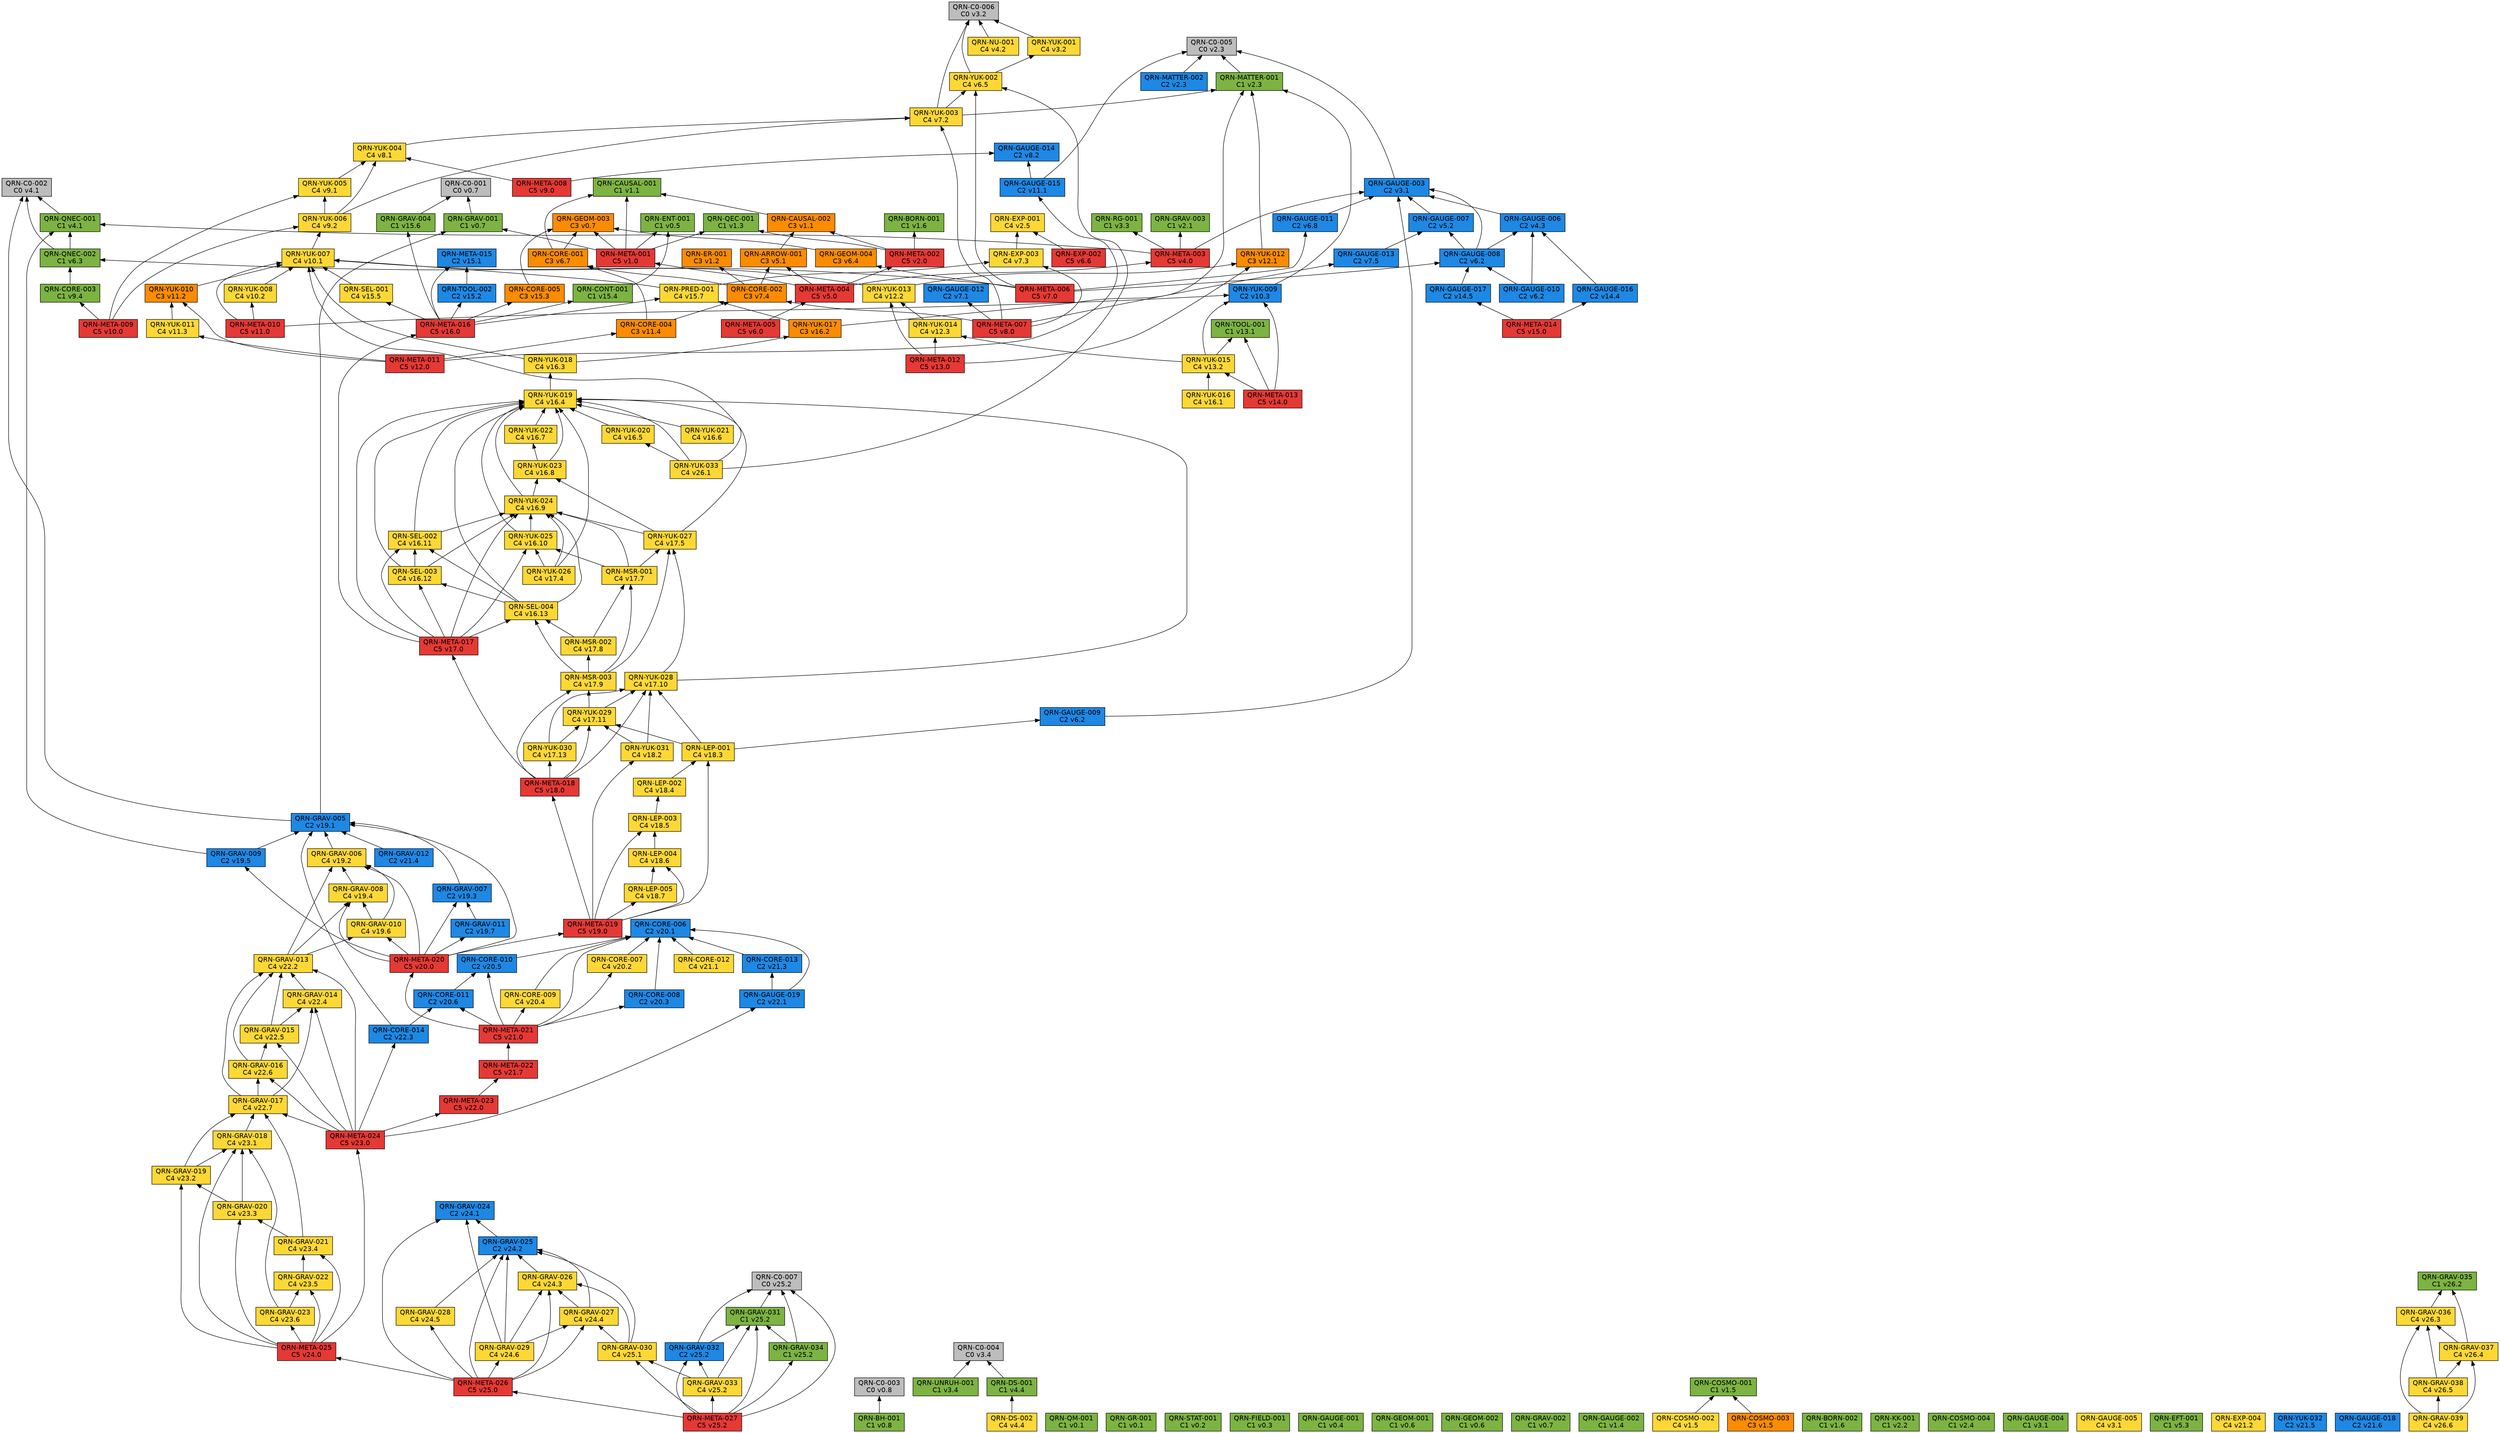
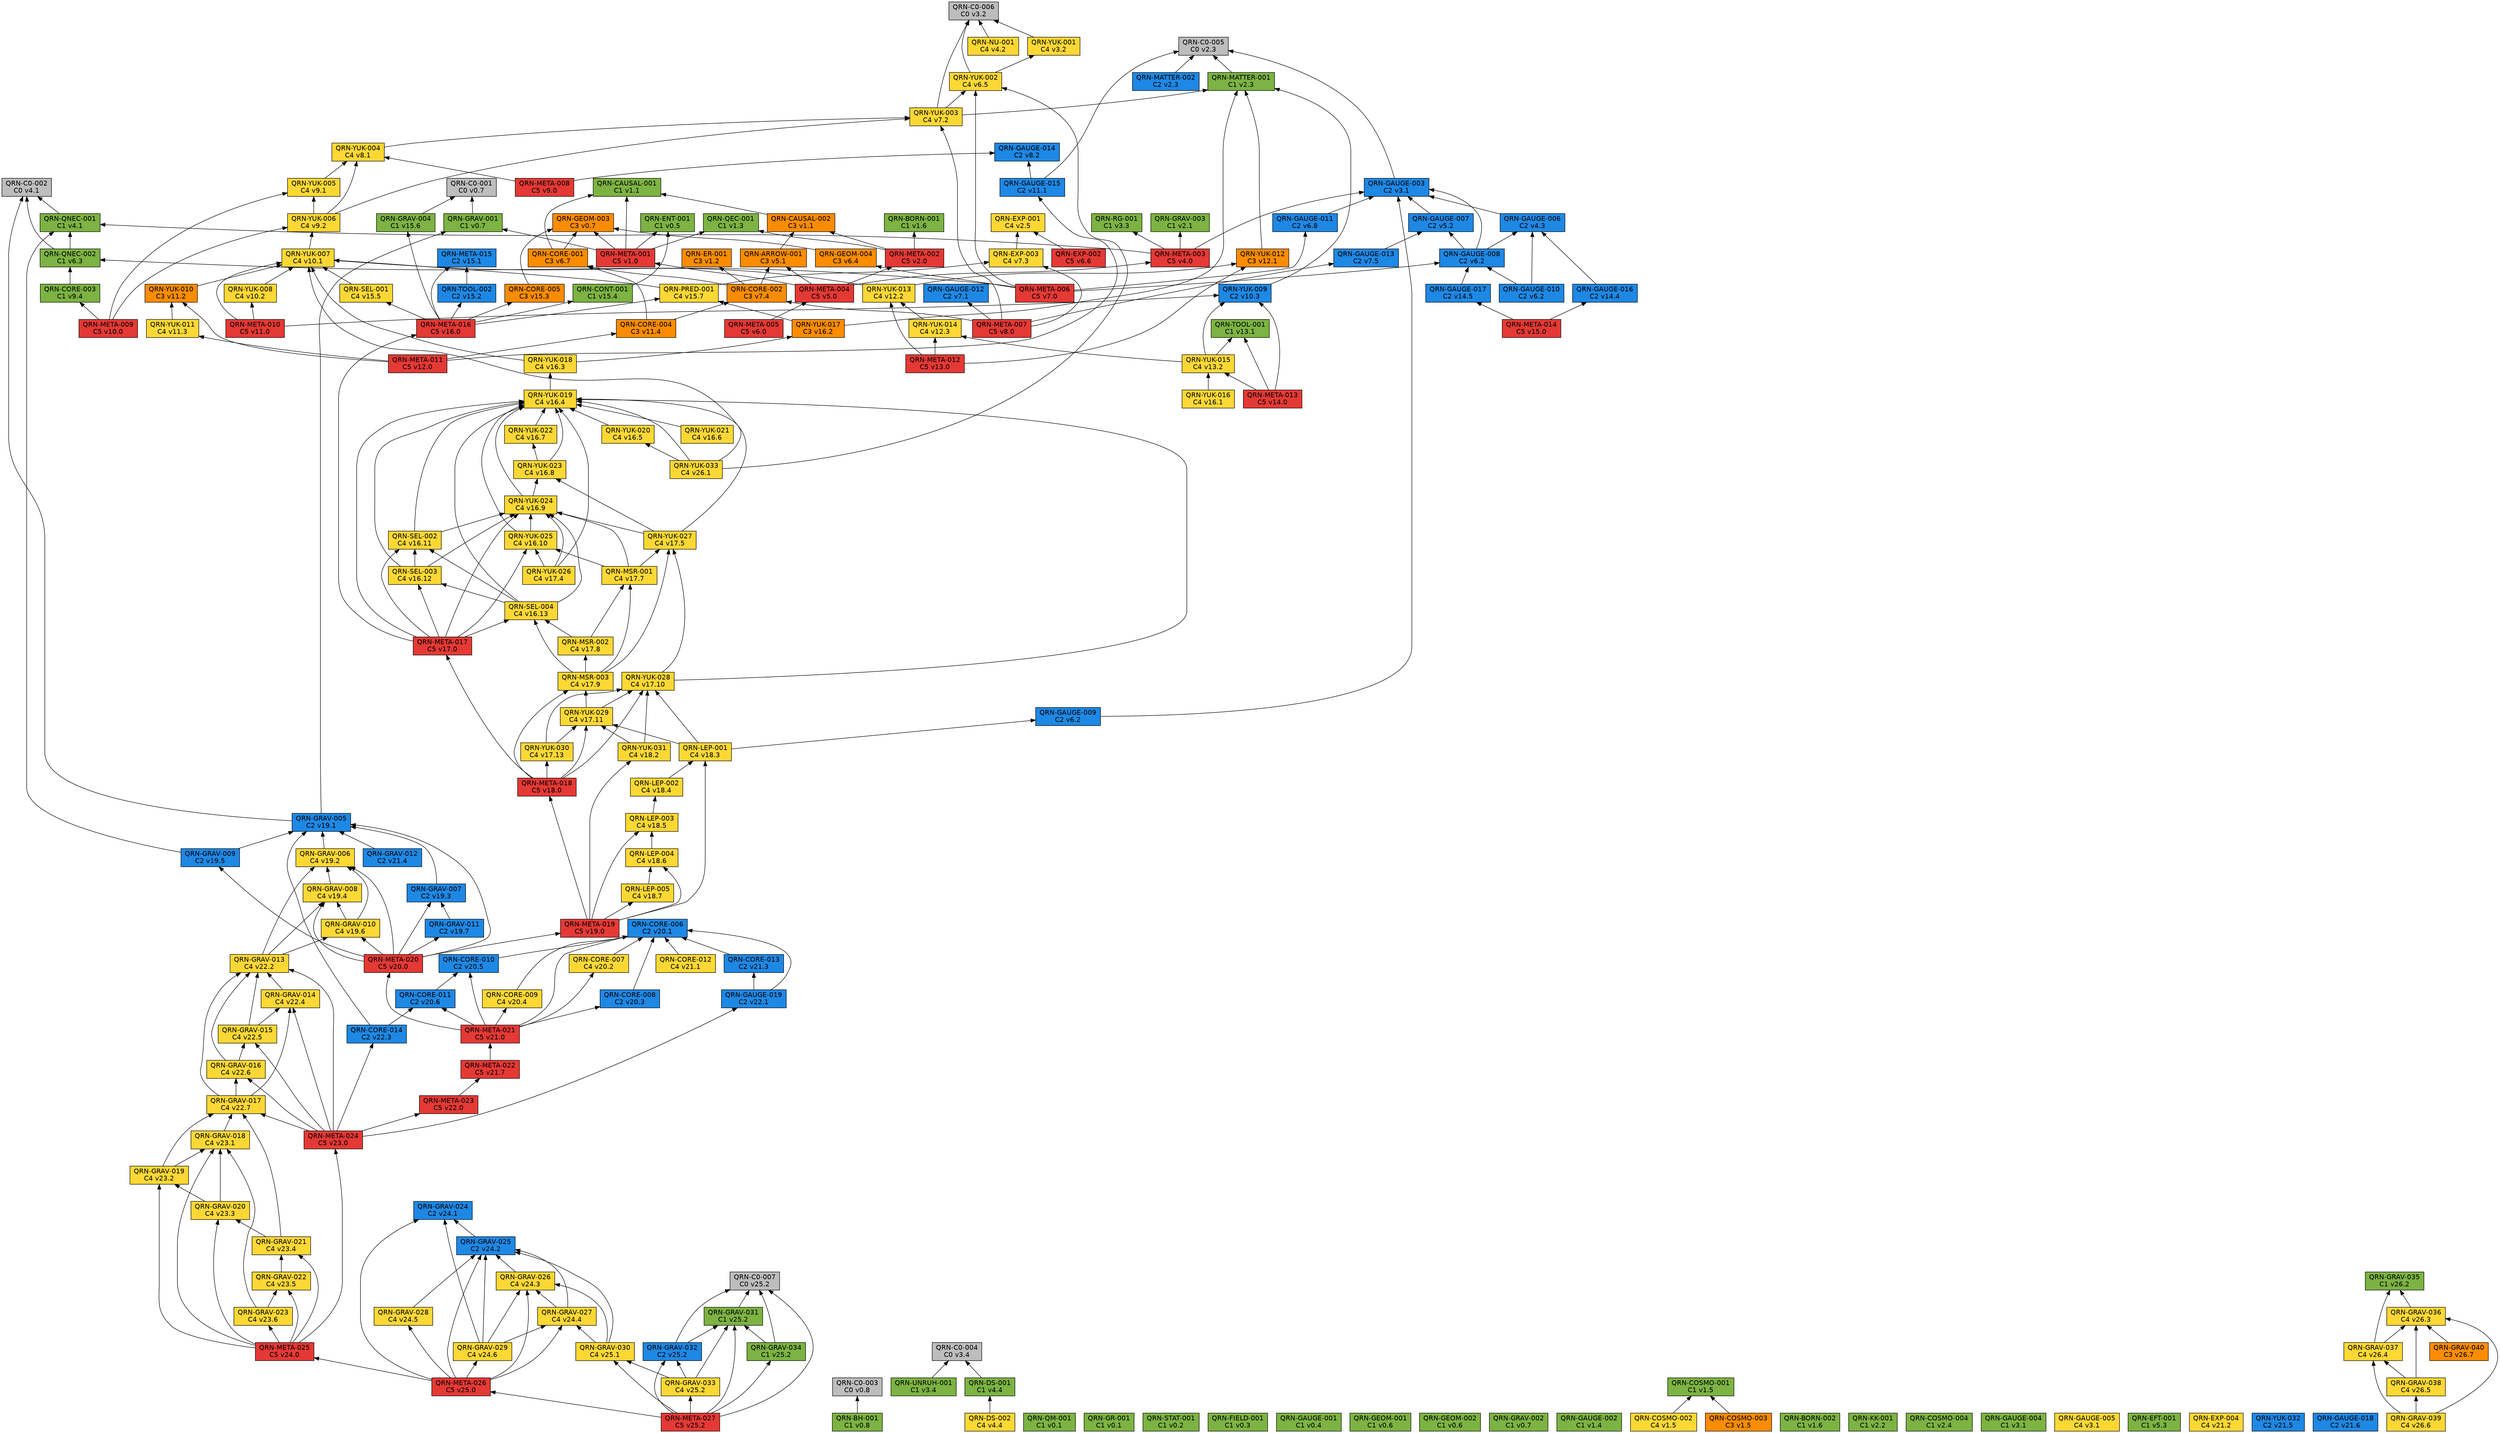
// 自動生成 (dag/report.pl) — QRN 主張依存グラフ
digraph qrn {
  rankdir=BT;
  node [shape=box, style=filled, fontname="Helvetica"];
  "QRN-C0-001" [fillcolor="#bdbdbd", label="QRN-C0-001\nC0 v0.7"];
  "QRN-C0-002" [fillcolor="#bdbdbd", label="QRN-C0-002\nC0 v4.1"];
  "QRN-C0-003" [fillcolor="#bdbdbd", label="QRN-C0-003\nC0 v0.8"];
  "QRN-C0-004" [fillcolor="#bdbdbd", label="QRN-C0-004\nC0 v3.4"];
  "QRN-C0-005" [fillcolor="#bdbdbd", label="QRN-C0-005\nC0 v2.3"];
  "QRN-C0-006" [fillcolor="#bdbdbd", label="QRN-C0-006\nC0 v3.2"];
  "QRN-QM-001" [fillcolor="#7cb342", label="QRN-QM-001\nC1 v0.1"];
  "QRN-GR-001" [fillcolor="#7cb342", label="QRN-GR-001\nC1 v0.1"];
  "QRN-STAT-001" [fillcolor="#7cb342", label="QRN-STAT-001\nC1 v0.2"];
  "QRN-FIELD-001" [fillcolor="#7cb342", label="QRN-FIELD-001\nC1 v0.3"];
  "QRN-GAUGE-001" [fillcolor="#7cb342", label="QRN-GAUGE-001\nC1 v0.4"];
  "QRN-ENT-001" [fillcolor="#7cb342", label="QRN-ENT-001\nC1 v0.5"];
  "QRN-GEOM-001" [fillcolor="#7cb342", label="QRN-GEOM-001\nC1 v0.6"];
  "QRN-GEOM-002" [fillcolor="#7cb342", label="QRN-GEOM-002\nC1 v0.6"];
  "QRN-GEOM-003" [fillcolor="#fb8c00", label="QRN-GEOM-003\nC3 v0.7"];
  "QRN-GRAV-001" [fillcolor="#7cb342", label="QRN-GRAV-001\nC1 v0.7"];
  "QRN-GRAV-002" [fillcolor="#7cb342", label="QRN-GRAV-002\nC1 v0.7"];
  "QRN-BH-001" [fillcolor="#7cb342", label="QRN-BH-001\nC1 v0.8"];
  "QRN-CAUSAL-001" [fillcolor="#7cb342", label="QRN-CAUSAL-001\nC1 v1.1"];
  "QRN-CAUSAL-002" [fillcolor="#fb8c00", label="QRN-CAUSAL-002\nC3 v1.1"];
  "QRN-ER-001" [fillcolor="#fb8c00", label="QRN-ER-001\nC3 v1.2"];
  "QRN-QEC-001" [fillcolor="#7cb342", label="QRN-QEC-001\nC1 v1.3"];
  "QRN-GAUGE-002" [fillcolor="#7cb342", label="QRN-GAUGE-002\nC1 v1.4"];
  "QRN-COSMO-001" [fillcolor="#7cb342", label="QRN-COSMO-001\nC1 v1.5"];
  "QRN-COSMO-002" [fillcolor="#fdd835", label="QRN-COSMO-002\nC4 v1.5"];
  "QRN-COSMO-003" [fillcolor="#fb8c00", label="QRN-COSMO-003\nC3 v1.5"];
  "QRN-BORN-001" [fillcolor="#7cb342", label="QRN-BORN-001\nC1 v1.6"];
  "QRN-BORN-002" [fillcolor="#7cb342", label="QRN-BORN-002\nC1 v1.6"];
  "QRN-GRAV-003" [fillcolor="#7cb342", label="QRN-GRAV-003\nC1 v2.1"];
  "QRN-KK-001" [fillcolor="#7cb342", label="QRN-KK-001\nC1 v2.2"];
  "QRN-MATTER-001" [fillcolor="#7cb342", label="QRN-MATTER-001\nC1 v2.3"];
  "QRN-MATTER-002" [fillcolor="#1e88e5", label="QRN-MATTER-002\nC2 v2.3"];
  "QRN-COSMO-004" [fillcolor="#7cb342", label="QRN-COSMO-004\nC1 v2.4"];
  "QRN-EXP-001" [fillcolor="#fdd835", label="QRN-EXP-001\nC4 v2.5"];
  "QRN-GAUGE-003" [fillcolor="#1e88e5", label="QRN-GAUGE-003\nC2 v3.1"];
  "QRN-GAUGE-004" [fillcolor="#7cb342", label="QRN-GAUGE-004\nC1 v3.1"];
  "QRN-GAUGE-005" [fillcolor="#fdd835", label="QRN-GAUGE-005\nC4 v3.1"];
  "QRN-YUK-001" [fillcolor="#fdd835", label="QRN-YUK-001\nC4 v3.2"];
  "QRN-RG-001" [fillcolor="#7cb342", label="QRN-RG-001\nC1 v3.3"];
  "QRN-UNRUH-001" [fillcolor="#7cb342", label="QRN-UNRUH-001\nC1 v3.4"];
  "QRN-QNEC-001" [fillcolor="#7cb342", label="QRN-QNEC-001\nC1 v4.1"];
  "QRN-NU-001" [fillcolor="#fdd835", label="QRN-NU-001\nC4 v4.2"];
  "QRN-GAUGE-006" [fillcolor="#1e88e5", label="QRN-GAUGE-006\nC2 v4.3"];
  "QRN-DS-001" [fillcolor="#7cb342", label="QRN-DS-001\nC1 v4.4"];
  "QRN-DS-002" [fillcolor="#fdd835", label="QRN-DS-002\nC4 v4.4"];
  "QRN-ARROW-001" [fillcolor="#fb8c00", label="QRN-ARROW-001\nC3 v5.1"];
  "QRN-GAUGE-007" [fillcolor="#1e88e5", label="QRN-GAUGE-007\nC2 v5.2"];
  "QRN-EFT-001" [fillcolor="#7cb342", label="QRN-EFT-001\nC1 v5.3"];
  "QRN-GAUGE-008" [fillcolor="#1e88e5", label="QRN-GAUGE-008\nC2 v6.2"];
  "QRN-GAUGE-009" [fillcolor="#1e88e5", label="QRN-GAUGE-009\nC2 v6.2"];
  "QRN-GAUGE-010" [fillcolor="#1e88e5", label="QRN-GAUGE-010\nC2 v6.2"];
  "QRN-QNEC-002" [fillcolor="#7cb342", label="QRN-QNEC-002\nC1 v6.3"];
  "QRN-GEOM-004" [fillcolor="#fb8c00", label="QRN-GEOM-004\nC3 v6.4"];
  "QRN-YUK-002" [fillcolor="#fdd835", label="QRN-YUK-002\nC4 v6.5"];
  "QRN-EXP-002" [fillcolor="#e53935", label="QRN-EXP-002\nC5 v6.6"];
  "QRN-CORE-001" [fillcolor="#fb8c00", label="QRN-CORE-001\nC3 v6.7"];
  "QRN-GAUGE-011" [fillcolor="#1e88e5", label="QRN-GAUGE-011\nC2 v6.8"];
  "QRN-GAUGE-012" [fillcolor="#1e88e5", label="QRN-GAUGE-012\nC2 v7.1"];
  "QRN-YUK-003" [fillcolor="#fdd835", label="QRN-YUK-003\nC4 v7.2"];
  "QRN-EXP-003" [fillcolor="#fdd835", label="QRN-EXP-003\nC4 v7.3"];
  "QRN-CORE-002" [fillcolor="#fb8c00", label="QRN-CORE-002\nC3 v7.4"];
  "QRN-GAUGE-013" [fillcolor="#1e88e5", label="QRN-GAUGE-013\nC2 v7.5"];
  "QRN-YUK-004" [fillcolor="#fdd835", label="QRN-YUK-004\nC4 v8.1"];
  "QRN-GAUGE-014" [fillcolor="#1e88e5", label="QRN-GAUGE-014\nC2 v8.2"];
  "QRN-META-001" [fillcolor="#e53935", label="QRN-META-001\nC5 v1.0"];
  "QRN-META-002" [fillcolor="#e53935", label="QRN-META-002\nC5 v2.0"];
  "QRN-META-003" [fillcolor="#e53935", label="QRN-META-003\nC5 v4.0"];
  "QRN-META-004" [fillcolor="#e53935", label="QRN-META-004\nC5 v5.0"];
  "QRN-META-005" [fillcolor="#e53935", label="QRN-META-005\nC5 v6.0"];
  "QRN-META-006" [fillcolor="#e53935", label="QRN-META-006\nC5 v7.0"];
  "QRN-META-007" [fillcolor="#e53935", label="QRN-META-007\nC5 v8.0"];
  "QRN-META-008" [fillcolor="#e53935", label="QRN-META-008\nC5 v9.0"];
  "QRN-YUK-005" [fillcolor="#fdd835", label="QRN-YUK-005\nC4 v9.1"];
  "QRN-YUK-006" [fillcolor="#fdd835", label="QRN-YUK-006\nC4 v9.2"];
  "QRN-CORE-003" [fillcolor="#7cb342", label="QRN-CORE-003\nC1 v9.4"];
  "QRN-META-009" [fillcolor="#e53935", label="QRN-META-009\nC5 v10.0"];
  "QRN-YUK-007" [fillcolor="#fdd835", label="QRN-YUK-007\nC4 v10.1"];
  "QRN-YUK-008" [fillcolor="#fdd835", label="QRN-YUK-008\nC4 v10.2"];
  "QRN-YUK-009" [fillcolor="#1e88e5", label="QRN-YUK-009\nC2 v10.3"];
  "QRN-META-010" [fillcolor="#e53935", label="QRN-META-010\nC5 v11.0"];
  "QRN-GAUGE-015" [fillcolor="#1e88e5", label="QRN-GAUGE-015\nC2 v11.1"];
  "QRN-YUK-010" [fillcolor="#fb8c00", label="QRN-YUK-010\nC3 v11.2"];
  "QRN-YUK-011" [fillcolor="#fdd835", label="QRN-YUK-011\nC4 v11.3"];
  "QRN-CORE-004" [fillcolor="#fb8c00", label="QRN-CORE-004\nC3 v11.4"];
  "QRN-META-011" [fillcolor="#e53935", label="QRN-META-011\nC5 v12.0"];
  "QRN-YUK-012" [fillcolor="#fb8c00", label="QRN-YUK-012\nC3 v12.1"];
  "QRN-YUK-013" [fillcolor="#fdd835", label="QRN-YUK-013\nC4 v12.2"];
  "QRN-YUK-014" [fillcolor="#fdd835", label="QRN-YUK-014\nC4 v12.3"];
  "QRN-META-012" [fillcolor="#e53935", label="QRN-META-012\nC5 v13.0"];
  "QRN-TOOL-001" [fillcolor="#7cb342", label="QRN-TOOL-001\nC1 v13.1"];
  "QRN-YUK-015" [fillcolor="#fdd835", label="QRN-YUK-015\nC4 v13.2"];
  "QRN-META-013" [fillcolor="#e53935", label="QRN-META-013\nC5 v14.0"];
  "QRN-GAUGE-016" [fillcolor="#1e88e5", label="QRN-GAUGE-016\nC2 v14.4"];
  "QRN-GAUGE-017" [fillcolor="#1e88e5", label="QRN-GAUGE-017\nC2 v14.5"];
  "QRN-META-014" [fillcolor="#e53935", label="QRN-META-014\nC5 v15.0"];
  "QRN-META-015" [fillcolor="#1e88e5", label="QRN-META-015\nC2 v15.1"];
  "QRN-TOOL-002" [fillcolor="#1e88e5", label="QRN-TOOL-002\nC2 v15.2"];
  "QRN-CORE-005" [fillcolor="#fb8c00", label="QRN-CORE-005\nC3 v15.3"];
  "QRN-CONT-001" [fillcolor="#7cb342", label="QRN-CONT-001\nC1 v15.4"];
  "QRN-SEL-001" [fillcolor="#fdd835", label="QRN-SEL-001\nC4 v15.5"];
  "QRN-GRAV-004" [fillcolor="#7cb342", label="QRN-GRAV-004\nC1 v15.6"];
  "QRN-PRED-001" [fillcolor="#fdd835", label="QRN-PRED-001\nC4 v15.7"];
  "QRN-META-016" [fillcolor="#e53935", label="QRN-META-016\nC5 v16.0"];
  "QRN-YUK-016" [fillcolor="#fdd835", label="QRN-YUK-016\nC4 v16.1"];
  "QRN-YUK-017" [fillcolor="#fb8c00", label="QRN-YUK-017\nC3 v16.2"];
  "QRN-YUK-018" [fillcolor="#fdd835", label="QRN-YUK-018\nC4 v16.3"];
  "QRN-YUK-019" [fillcolor="#fdd835", label="QRN-YUK-019\nC4 v16.4"];
  "QRN-YUK-020" [fillcolor="#fdd835", label="QRN-YUK-020\nC4 v16.5"];
  "QRN-YUK-021" [fillcolor="#fdd835", label="QRN-YUK-021\nC4 v16.6"];
  "QRN-YUK-022" [fillcolor="#fdd835", label="QRN-YUK-022\nC4 v16.7"];
  "QRN-YUK-023" [fillcolor="#fdd835", label="QRN-YUK-023\nC4 v16.8"];
  "QRN-YUK-024" [fillcolor="#fdd835", label="QRN-YUK-024\nC4 v16.9"];
  "QRN-YUK-025" [fillcolor="#fdd835", label="QRN-YUK-025\nC4 v16.10"];
  "QRN-SEL-002" [fillcolor="#fdd835", label="QRN-SEL-002\nC4 v16.11"];
  "QRN-SEL-003" [fillcolor="#fdd835", label="QRN-SEL-003\nC4 v16.12"];
  "QRN-SEL-004" [fillcolor="#fdd835", label="QRN-SEL-004\nC4 v16.13"];
  "QRN-META-017" [fillcolor="#e53935", label="QRN-META-017\nC5 v17.0"];
  "QRN-YUK-026" [fillcolor="#fdd835", label="QRN-YUK-026\nC4 v17.4"];
  "QRN-YUK-027" [fillcolor="#fdd835", label="QRN-YUK-027\nC4 v17.5"];
  "QRN-MSR-001" [fillcolor="#fdd835", label="QRN-MSR-001\nC4 v17.7"];
  "QRN-MSR-002" [fillcolor="#fdd835", label="QRN-MSR-002\nC4 v17.8"];
  "QRN-MSR-003" [fillcolor="#fdd835", label="QRN-MSR-003\nC4 v17.9"];
  "QRN-YUK-028" [fillcolor="#fdd835", label="QRN-YUK-028\nC4 v17.10"];
  "QRN-YUK-029" [fillcolor="#fdd835", label="QRN-YUK-029\nC4 v17.11"];
  "QRN-YUK-030" [fillcolor="#fdd835", label="QRN-YUK-030\nC4 v17.13"];
  "QRN-META-018" [fillcolor="#e53935", label="QRN-META-018\nC5 v18.0"];
  "QRN-YUK-031" [fillcolor="#fdd835", label="QRN-YUK-031\nC4 v18.2"];
  "QRN-LEP-001" [fillcolor="#fdd835", label="QRN-LEP-001\nC4 v18.3"];
  "QRN-LEP-002" [fillcolor="#fdd835", label="QRN-LEP-002\nC4 v18.4"];
  "QRN-LEP-003" [fillcolor="#fdd835", label="QRN-LEP-003\nC4 v18.5"];
  "QRN-LEP-004" [fillcolor="#fdd835", label="QRN-LEP-004\nC4 v18.6"];
  "QRN-LEP-005" [fillcolor="#fdd835", label="QRN-LEP-005\nC4 v18.7"];
  "QRN-META-019" [fillcolor="#e53935", label="QRN-META-019\nC5 v19.0"];
  "QRN-GRAV-005" [fillcolor="#1e88e5", label="QRN-GRAV-005\nC2 v19.1"];
  "QRN-GRAV-006" [fillcolor="#fdd835", label="QRN-GRAV-006\nC4 v19.2"];
  "QRN-GRAV-007" [fillcolor="#1e88e5", label="QRN-GRAV-007\nC2 v19.3"];
  "QRN-GRAV-008" [fillcolor="#fdd835", label="QRN-GRAV-008\nC4 v19.4"];
  "QRN-GRAV-009" [fillcolor="#1e88e5", label="QRN-GRAV-009\nC2 v19.5"];
  "QRN-GRAV-010" [fillcolor="#fdd835", label="QRN-GRAV-010\nC4 v19.6"];
  "QRN-GRAV-011" [fillcolor="#1e88e5", label="QRN-GRAV-011\nC2 v19.7"];
  "QRN-META-020" [fillcolor="#e53935", label="QRN-META-020\nC5 v20.0"];
  "QRN-CORE-006" [fillcolor="#1e88e5", label="QRN-CORE-006\nC2 v20.1"];
  "QRN-CORE-007" [fillcolor="#fdd835", label="QRN-CORE-007\nC4 v20.2"];
  "QRN-CORE-008" [fillcolor="#1e88e5", label="QRN-CORE-008\nC2 v20.3"];
  "QRN-CORE-009" [fillcolor="#fdd835", label="QRN-CORE-009\nC4 v20.4"];
  "QRN-CORE-010" [fillcolor="#1e88e5", label="QRN-CORE-010\nC2 v20.5"];
  "QRN-CORE-011" [fillcolor="#1e88e5", label="QRN-CORE-011\nC2 v20.6"];
  "QRN-META-021" [fillcolor="#e53935", label="QRN-META-021\nC5 v21.0"];
  "QRN-CORE-012" [fillcolor="#fdd835", label="QRN-CORE-012\nC4 v21.1"];
  "QRN-EXP-004" [fillcolor="#fdd835", label="QRN-EXP-004\nC4 v21.2"];
  "QRN-CORE-013" [fillcolor="#1e88e5", label="QRN-CORE-013\nC2 v21.3"];
  "QRN-GRAV-012" [fillcolor="#1e88e5", label="QRN-GRAV-012\nC2 v21.4"];
  "QRN-YUK-032" [fillcolor="#1e88e5", label="QRN-YUK-032\nC2 v21.5"];
  "QRN-GAUGE-018" [fillcolor="#1e88e5", label="QRN-GAUGE-018\nC2 v21.6"];
  "QRN-META-022" [fillcolor="#e53935", label="QRN-META-022\nC5 v21.7"];
  "QRN-META-023" [fillcolor="#e53935", label="QRN-META-023\nC5 v22.0"];
  "QRN-CORE-014" [fillcolor="#1e88e5", label="QRN-CORE-014\nC2 v22.3"];
  "QRN-GRAV-013" [fillcolor="#fdd835", label="QRN-GRAV-013\nC4 v22.2"];
  "QRN-GRAV-014" [fillcolor="#fdd835", label="QRN-GRAV-014\nC4 v22.4"];
  "QRN-GRAV-015" [fillcolor="#fdd835", label="QRN-GRAV-015\nC4 v22.5"];
  "QRN-GRAV-016" [fillcolor="#fdd835", label="QRN-GRAV-016\nC4 v22.6"];
  "QRN-GRAV-017" [fillcolor="#fdd835", label="QRN-GRAV-017\nC4 v22.7"];
  "QRN-GAUGE-019" [fillcolor="#1e88e5", label="QRN-GAUGE-019\nC2 v22.1"];
  "QRN-META-024" [fillcolor="#e53935", label="QRN-META-024\nC5 v23.0"];
  "QRN-GRAV-018" [fillcolor="#fdd835", label="QRN-GRAV-018\nC4 v23.1"];
  "QRN-GRAV-019" [fillcolor="#fdd835", label="QRN-GRAV-019\nC4 v23.2"];
  "QRN-GRAV-020" [fillcolor="#fdd835", label="QRN-GRAV-020\nC4 v23.3"];
  "QRN-GRAV-021" [fillcolor="#fdd835", label="QRN-GRAV-021\nC4 v23.4"];
  "QRN-GRAV-022" [fillcolor="#fdd835", label="QRN-GRAV-022\nC4 v23.5"];
  "QRN-GRAV-023" [fillcolor="#fdd835", label="QRN-GRAV-023\nC4 v23.6"];
  "QRN-META-025" [fillcolor="#e53935", label="QRN-META-025\nC5 v24.0"];
  "QRN-GRAV-024" [fillcolor="#1e88e5", label="QRN-GRAV-024\nC2 v24.1"];
  "QRN-GRAV-025" [fillcolor="#1e88e5", label="QRN-GRAV-025\nC2 v24.2"];
  "QRN-GRAV-026" [fillcolor="#fdd835", label="QRN-GRAV-026\nC4 v24.3"];
  "QRN-GRAV-027" [fillcolor="#fdd835", label="QRN-GRAV-027\nC4 v24.4"];
  "QRN-GRAV-028" [fillcolor="#fdd835", label="QRN-GRAV-028\nC4 v24.5"];
  "QRN-GRAV-029" [fillcolor="#fdd835", label="QRN-GRAV-029\nC4 v24.6"];
  "QRN-META-026" [fillcolor="#e53935", label="QRN-META-026\nC5 v25.0"];
  "QRN-GRAV-030" [fillcolor="#fdd835", label="QRN-GRAV-030\nC4 v25.1"];
  "QRN-C0-007" [fillcolor="#bdbdbd", label="QRN-C0-007\nC0 v25.2"];
  "QRN-GRAV-031" [fillcolor="#7cb342", label="QRN-GRAV-031\nC1 v25.2"];
  "QRN-GRAV-032" [fillcolor="#1e88e5", label="QRN-GRAV-032\nC2 v25.2"];
  "QRN-GRAV-033" [fillcolor="#fdd835", label="QRN-GRAV-033\nC4 v25.2"];
  "QRN-GRAV-034" [fillcolor="#7cb342", label="QRN-GRAV-034\nC1 v25.2"];
  "QRN-META-027" [fillcolor="#e53935", label="QRN-META-027\nC5 v25.2"];
  "QRN-YUK-033" [fillcolor="#fdd835", label="QRN-YUK-033\nC4 v26.1"];
  "QRN-GRAV-035" [fillcolor="#7cb342", label="QRN-GRAV-035\nC1 v26.2"];
  "QRN-GRAV-036" [fillcolor="#fdd835", label="QRN-GRAV-036\nC4 v26.3"];
  "QRN-GRAV-037" [fillcolor="#fdd835", label="QRN-GRAV-037\nC4 v26.4"];
  "QRN-GRAV-038" [fillcolor="#fdd835", label="QRN-GRAV-038\nC4 v26.5"];
  "QRN-GRAV-039" [fillcolor="#fdd835", label="QRN-GRAV-039\nC4 v26.6"];
+   "QRN-GRAV-040" [fillcolor="#fb8c00", label="QRN-GRAV-040\nC3 v26.7"];
  "QRN-GRAV-001" -> "QRN-C0-001";
  "QRN-BH-001" -> "QRN-C0-003";
  "QRN-CAUSAL-002" -> "QRN-CAUSAL-001";
  "QRN-COSMO-002" -> "QRN-COSMO-001";
  "QRN-COSMO-003" -> "QRN-COSMO-001";
  "QRN-MATTER-001" -> "QRN-C0-005";
  "QRN-MATTER-002" -> "QRN-C0-005";
  "QRN-GAUGE-003" -> "QRN-C0-005";
  "QRN-YUK-001" -> "QRN-C0-006";
  "QRN-UNRUH-001" -> "QRN-C0-004";
  "QRN-QNEC-001" -> "QRN-C0-002";
  "QRN-NU-001" -> "QRN-C0-006";
  "QRN-GAUGE-006" -> "QRN-GAUGE-003";
  "QRN-DS-001" -> "QRN-C0-004";
  "QRN-DS-002" -> "QRN-DS-001";
  "QRN-ARROW-001" -> "QRN-CAUSAL-002";
  "QRN-GAUGE-007" -> "QRN-GAUGE-003";
  "QRN-GAUGE-008" -> "QRN-GAUGE-003";
  "QRN-GAUGE-008" -> "QRN-GAUGE-006";
  "QRN-GAUGE-008" -> "QRN-GAUGE-007";
  "QRN-GAUGE-009" -> "QRN-GAUGE-003";
  "QRN-GAUGE-010" -> "QRN-GAUGE-006";
  "QRN-GAUGE-010" -> "QRN-GAUGE-008";
  "QRN-QNEC-002" -> "QRN-C0-002";
  "QRN-QNEC-002" -> "QRN-QNEC-001";
  "QRN-GEOM-004" -> "QRN-GEOM-003";
  "QRN-YUK-002" -> "QRN-C0-006";
  "QRN-YUK-002" -> "QRN-YUK-001";
  "QRN-EXP-002" -> "QRN-EXP-001";
  "QRN-CORE-001" -> "QRN-GEOM-003";
  "QRN-CORE-001" -> "QRN-CAUSAL-001";
  "QRN-GAUGE-011" -> "QRN-GAUGE-003";
  "QRN-YUK-003" -> "QRN-C0-006";
  "QRN-YUK-003" -> "QRN-MATTER-001";
  "QRN-YUK-003" -> "QRN-YUK-002";
  "QRN-EXP-003" -> "QRN-EXP-001";
  "QRN-CORE-002" -> "QRN-CORE-001";
  "QRN-CORE-002" -> "QRN-ER-001";
  "QRN-CORE-002" -> "QRN-ARROW-001";
  "QRN-GAUGE-013" -> "QRN-GAUGE-007";
  "QRN-YUK-004" -> "QRN-YUK-003";
  "QRN-META-001" -> "QRN-GEOM-003";
  "QRN-META-001" -> "QRN-GRAV-001";
  "QRN-META-001" -> "QRN-CAUSAL-001";
  "QRN-META-001" -> "QRN-QEC-001";
  "QRN-META-001" -> "QRN-ENT-001";
  "QRN-META-002" -> "QRN-QEC-001";
  "QRN-META-002" -> "QRN-BORN-001";
  "QRN-META-002" -> "QRN-CAUSAL-002";
  "QRN-META-003" -> "QRN-GAUGE-003";
  "QRN-META-003" -> "QRN-RG-001";
  "QRN-META-003" -> "QRN-QNEC-001";
  "QRN-META-003" -> "QRN-GRAV-003";
  "QRN-META-004" -> "QRN-META-001";
  "QRN-META-004" -> "QRN-META-002";
  "QRN-META-004" -> "QRN-META-003";
  "QRN-META-004" -> "QRN-ARROW-001";
  "QRN-META-005" -> "QRN-META-004";
  "QRN-META-006" -> "QRN-GAUGE-008";
  "QRN-META-006" -> "QRN-QNEC-002";
  "QRN-META-006" -> "QRN-GEOM-004";
  "QRN-META-006" -> "QRN-YUK-002";
  "QRN-META-006" -> "QRN-GAUGE-011";
  "QRN-META-007" -> "QRN-GAUGE-012";
  "QRN-META-007" -> "QRN-YUK-003";
  "QRN-META-007" -> "QRN-EXP-003";
  "QRN-META-007" -> "QRN-CORE-002";
  "QRN-META-007" -> "QRN-GAUGE-013";
  "QRN-META-008" -> "QRN-YUK-004";
  "QRN-META-008" -> "QRN-GAUGE-014";
  "QRN-YUK-005" -> "QRN-YUK-004";
  "QRN-YUK-006" -> "QRN-YUK-003";
  "QRN-YUK-006" -> "QRN-YUK-004";
  "QRN-YUK-006" -> "QRN-YUK-005";
  "QRN-CORE-003" -> "QRN-QNEC-002";
  "QRN-META-009" -> "QRN-YUK-005";
  "QRN-META-009" -> "QRN-YUK-006";
  "QRN-META-009" -> "QRN-CORE-003";
  "QRN-YUK-007" -> "QRN-YUK-006";
  "QRN-YUK-008" -> "QRN-YUK-007";
  "QRN-YUK-009" -> "QRN-MATTER-001";
  "QRN-META-010" -> "QRN-YUK-007";
  "QRN-META-010" -> "QRN-YUK-008";
  "QRN-META-010" -> "QRN-YUK-009";
  "QRN-GAUGE-015" -> "QRN-C0-005";
  "QRN-GAUGE-015" -> "QRN-GAUGE-014";
  "QRN-YUK-010" -> "QRN-YUK-007";
  "QRN-YUK-011" -> "QRN-YUK-010";
  "QRN-CORE-004" -> "QRN-CORE-001";
  "QRN-CORE-004" -> "QRN-CORE-002";
  "QRN-META-011" -> "QRN-GAUGE-015";
  "QRN-META-011" -> "QRN-YUK-010";
  "QRN-META-011" -> "QRN-YUK-011";
  "QRN-META-011" -> "QRN-CORE-004";
  "QRN-YUK-012" -> "QRN-MATTER-001";
  "QRN-YUK-013" -> "QRN-YUK-012";
  "QRN-YUK-013" -> "QRN-YUK-007";
  "QRN-YUK-014" -> "QRN-YUK-013";
  "QRN-META-012" -> "QRN-YUK-012";
  "QRN-META-012" -> "QRN-YUK-013";
  "QRN-META-012" -> "QRN-YUK-014";
  "QRN-YUK-015" -> "QRN-YUK-014";
  "QRN-YUK-015" -> "QRN-TOOL-001";
  "QRN-YUK-015" -> "QRN-YUK-009";
  "QRN-META-013" -> "QRN-YUK-015";
  "QRN-META-013" -> "QRN-TOOL-001";
  "QRN-META-013" -> "QRN-YUK-009";
  "QRN-GAUGE-016" -> "QRN-GAUGE-006";
  "QRN-GAUGE-017" -> "QRN-GAUGE-008";
  "QRN-META-014" -> "QRN-GAUGE-016";
  "QRN-META-014" -> "QRN-GAUGE-017";
  "QRN-TOOL-002" -> "QRN-META-015";
  "QRN-CORE-005" -> "QRN-GEOM-003";
  "QRN-CONT-001" -> "QRN-ENT-001";
  "QRN-SEL-001" -> "QRN-YUK-007";
  "QRN-GRAV-004" -> "QRN-C0-001";
  "QRN-PRED-001" -> "QRN-YUK-007";
  "QRN-PRED-001" -> "QRN-EXP-003";
  "QRN-META-016" -> "QRN-META-015";
  "QRN-META-016" -> "QRN-TOOL-002";
  "QRN-META-016" -> "QRN-CORE-005";
  "QRN-META-016" -> "QRN-CONT-001";
  "QRN-META-016" -> "QRN-SEL-001";
  "QRN-META-016" -> "QRN-GRAV-004";
  "QRN-META-016" -> "QRN-PRED-001";
  "QRN-YUK-016" -> "QRN-YUK-015";
  "QRN-YUK-017" -> "QRN-MATTER-001";
  "QRN-YUK-017" -> "QRN-PRED-001";
  "QRN-YUK-018" -> "QRN-YUK-017";
  "QRN-YUK-018" -> "QRN-YUK-007";
  "QRN-YUK-019" -> "QRN-YUK-018";
  "QRN-YUK-020" -> "QRN-YUK-019";
  "QRN-YUK-021" -> "QRN-YUK-019";
  "QRN-YUK-022" -> "QRN-YUK-019";
  "QRN-YUK-023" -> "QRN-YUK-019";
  "QRN-YUK-023" -> "QRN-YUK-022";
  "QRN-YUK-024" -> "QRN-YUK-019";
  "QRN-YUK-024" -> "QRN-YUK-023";
  "QRN-YUK-025" -> "QRN-YUK-019";
  "QRN-YUK-025" -> "QRN-YUK-024";
  "QRN-SEL-002" -> "QRN-YUK-019";
  "QRN-SEL-002" -> "QRN-YUK-024";
  "QRN-SEL-003" -> "QRN-YUK-019";
  "QRN-SEL-003" -> "QRN-YUK-024";
  "QRN-SEL-003" -> "QRN-SEL-002";
  "QRN-SEL-004" -> "QRN-YUK-019";
  "QRN-SEL-004" -> "QRN-YUK-024";
  "QRN-SEL-004" -> "QRN-SEL-002";
  "QRN-SEL-004" -> "QRN-SEL-003";
  "QRN-META-017" -> "QRN-META-016";
  "QRN-META-017" -> "QRN-YUK-019";
  "QRN-META-017" -> "QRN-YUK-024";
  "QRN-META-017" -> "QRN-YUK-025";
  "QRN-META-017" -> "QRN-SEL-002";
  "QRN-META-017" -> "QRN-SEL-003";
  "QRN-META-017" -> "QRN-SEL-004";
  "QRN-YUK-026" -> "QRN-YUK-019";
  "QRN-YUK-026" -> "QRN-YUK-024";
  "QRN-YUK-026" -> "QRN-YUK-025";
  "QRN-YUK-027" -> "QRN-YUK-019";
  "QRN-YUK-027" -> "QRN-YUK-023";
  "QRN-YUK-027" -> "QRN-YUK-024";
  "QRN-MSR-001" -> "QRN-YUK-024";
  "QRN-MSR-001" -> "QRN-YUK-025";
  "QRN-MSR-001" -> "QRN-YUK-027";
  "QRN-MSR-002" -> "QRN-SEL-004";
  "QRN-MSR-002" -> "QRN-MSR-001";
  "QRN-MSR-003" -> "QRN-MSR-001";
  "QRN-MSR-003" -> "QRN-MSR-002";
  "QRN-MSR-003" -> "QRN-SEL-004";
  "QRN-MSR-003" -> "QRN-YUK-027";
  "QRN-YUK-028" -> "QRN-YUK-019";
  "QRN-YUK-028" -> "QRN-YUK-027";
  "QRN-YUK-029" -> "QRN-YUK-028";
  "QRN-YUK-029" -> "QRN-MSR-003";
  "QRN-YUK-030" -> "QRN-YUK-028";
  "QRN-YUK-030" -> "QRN-YUK-029";
  "QRN-META-018" -> "QRN-META-017";
  "QRN-META-018" -> "QRN-MSR-003";
  "QRN-META-018" -> "QRN-YUK-028";
  "QRN-META-018" -> "QRN-YUK-029";
  "QRN-META-018" -> "QRN-YUK-030";
  "QRN-YUK-031" -> "QRN-YUK-028";
  "QRN-YUK-031" -> "QRN-YUK-029";
  "QRN-LEP-001" -> "QRN-YUK-028";
  "QRN-LEP-001" -> "QRN-YUK-029";
  "QRN-LEP-001" -> "QRN-GAUGE-009";
  "QRN-LEP-002" -> "QRN-LEP-001";
  "QRN-LEP-003" -> "QRN-LEP-002";
  "QRN-LEP-004" -> "QRN-LEP-003";
  "QRN-LEP-005" -> "QRN-LEP-004";
  "QRN-META-019" -> "QRN-META-018";
  "QRN-META-019" -> "QRN-YUK-031";
  "QRN-META-019" -> "QRN-LEP-001";
  "QRN-META-019" -> "QRN-LEP-003";
  "QRN-META-019" -> "QRN-LEP-004";
  "QRN-META-019" -> "QRN-LEP-005";
  "QRN-GRAV-005" -> "QRN-C0-002";
  "QRN-GRAV-005" -> "QRN-GRAV-001";
  "QRN-GRAV-006" -> "QRN-GRAV-005";
  "QRN-GRAV-007" -> "QRN-GRAV-005";
  "QRN-GRAV-008" -> "QRN-GRAV-006";
  "QRN-GRAV-009" -> "QRN-GRAV-005";
  "QRN-GRAV-009" -> "QRN-QNEC-001";
  "QRN-GRAV-010" -> "QRN-GRAV-006";
  "QRN-GRAV-010" -> "QRN-GRAV-008";
  "QRN-GRAV-011" -> "QRN-GRAV-007";
  "QRN-META-020" -> "QRN-META-019";
  "QRN-META-020" -> "QRN-GRAV-005";
  "QRN-META-020" -> "QRN-GRAV-006";
  "QRN-META-020" -> "QRN-GRAV-007";
  "QRN-META-020" -> "QRN-GRAV-008";
  "QRN-META-020" -> "QRN-GRAV-009";
  "QRN-META-020" -> "QRN-GRAV-010";
  "QRN-META-020" -> "QRN-GRAV-011";
  "QRN-CORE-007" -> "QRN-CORE-006";
  "QRN-CORE-008" -> "QRN-CORE-006";
  "QRN-CORE-009" -> "QRN-CORE-006";
  "QRN-CORE-010" -> "QRN-CORE-006";
  "QRN-CORE-011" -> "QRN-CORE-010";
  "QRN-META-021" -> "QRN-META-020";
  "QRN-META-021" -> "QRN-CORE-006";
  "QRN-META-021" -> "QRN-CORE-007";
  "QRN-META-021" -> "QRN-CORE-008";
  "QRN-META-021" -> "QRN-CORE-009";
  "QRN-META-021" -> "QRN-CORE-010";
  "QRN-META-021" -> "QRN-CORE-011";
  "QRN-CORE-012" -> "QRN-CORE-006";
  "QRN-CORE-013" -> "QRN-CORE-006";
  "QRN-GRAV-012" -> "QRN-GRAV-005";
  "QRN-META-022" -> "QRN-META-021";
  "QRN-META-023" -> "QRN-META-022";
  "QRN-CORE-014" -> "QRN-CORE-011";
  "QRN-CORE-014" -> "QRN-GRAV-005";
  "QRN-GRAV-013" -> "QRN-GRAV-006";
  "QRN-GRAV-013" -> "QRN-GRAV-008";
  "QRN-GRAV-013" -> "QRN-GRAV-010";
  "QRN-GRAV-014" -> "QRN-GRAV-013";
  "QRN-GRAV-015" -> "QRN-GRAV-013";
  "QRN-GRAV-015" -> "QRN-GRAV-014";
  "QRN-GRAV-016" -> "QRN-GRAV-013";
  "QRN-GRAV-016" -> "QRN-GRAV-015";
  "QRN-GRAV-017" -> "QRN-GRAV-013";
  "QRN-GRAV-017" -> "QRN-GRAV-014";
  "QRN-GRAV-017" -> "QRN-GRAV-016";
  "QRN-GAUGE-019" -> "QRN-CORE-006";
  "QRN-GAUGE-019" -> "QRN-CORE-013";
  "QRN-META-024" -> "QRN-CORE-014";
  "QRN-META-024" -> "QRN-GRAV-013";
  "QRN-META-024" -> "QRN-GRAV-014";
  "QRN-META-024" -> "QRN-GRAV-015";
  "QRN-META-024" -> "QRN-GRAV-016";
  "QRN-META-024" -> "QRN-GRAV-017";
  "QRN-META-024" -> "QRN-GAUGE-019";
  "QRN-META-024" -> "QRN-META-023";
  "QRN-GRAV-018" -> "QRN-GRAV-017";
  "QRN-GRAV-019" -> "QRN-GRAV-017";
  "QRN-GRAV-019" -> "QRN-GRAV-018";
  "QRN-GRAV-020" -> "QRN-GRAV-018";
  "QRN-GRAV-020" -> "QRN-GRAV-019";
  "QRN-GRAV-021" -> "QRN-GRAV-017";
  "QRN-GRAV-021" -> "QRN-GRAV-020";
  "QRN-GRAV-022" -> "QRN-GRAV-021";
  "QRN-GRAV-023" -> "QRN-GRAV-018";
  "QRN-GRAV-023" -> "QRN-GRAV-022";
  "QRN-META-025" -> "QRN-GRAV-018";
  "QRN-META-025" -> "QRN-GRAV-019";
  "QRN-META-025" -> "QRN-GRAV-020";
  "QRN-META-025" -> "QRN-GRAV-021";
  "QRN-META-025" -> "QRN-GRAV-022";
  "QRN-META-025" -> "QRN-GRAV-023";
  "QRN-META-025" -> "QRN-META-024";
  "QRN-GRAV-025" -> "QRN-GRAV-024";
  "QRN-GRAV-026" -> "QRN-GRAV-025";
  "QRN-GRAV-027" -> "QRN-GRAV-025";
  "QRN-GRAV-027" -> "QRN-GRAV-026";
  "QRN-GRAV-028" -> "QRN-GRAV-025";
  "QRN-GRAV-029" -> "QRN-GRAV-024";
  "QRN-GRAV-029" -> "QRN-GRAV-025";
  "QRN-GRAV-029" -> "QRN-GRAV-026";
  "QRN-GRAV-029" -> "QRN-GRAV-027";
  "QRN-META-026" -> "QRN-GRAV-024";
  "QRN-META-026" -> "QRN-GRAV-025";
  "QRN-META-026" -> "QRN-GRAV-026";
  "QRN-META-026" -> "QRN-GRAV-027";
  "QRN-META-026" -> "QRN-GRAV-028";
  "QRN-META-026" -> "QRN-GRAV-029";
  "QRN-META-026" -> "QRN-META-025";
  "QRN-GRAV-030" -> "QRN-GRAV-025";
  "QRN-GRAV-030" -> "QRN-GRAV-026";
  "QRN-GRAV-030" -> "QRN-GRAV-027";
  "QRN-GRAV-031" -> "QRN-C0-007";
  "QRN-GRAV-032" -> "QRN-C0-007";
  "QRN-GRAV-032" -> "QRN-GRAV-031";
  "QRN-GRAV-033" -> "QRN-GRAV-030";
  "QRN-GRAV-033" -> "QRN-GRAV-031";
  "QRN-GRAV-033" -> "QRN-GRAV-032";
  "QRN-GRAV-034" -> "QRN-C0-007";
  "QRN-GRAV-034" -> "QRN-GRAV-031";
  "QRN-META-027" -> "QRN-C0-007";
  "QRN-META-027" -> "QRN-GRAV-030";
  "QRN-META-027" -> "QRN-GRAV-031";
  "QRN-META-027" -> "QRN-GRAV-032";
  "QRN-META-027" -> "QRN-GRAV-033";
  "QRN-META-027" -> "QRN-GRAV-034";
  "QRN-META-027" -> "QRN-META-026";
  "QRN-YUK-033" -> "QRN-YUK-002";
  "QRN-YUK-033" -> "QRN-YUK-007";
  "QRN-YUK-033" -> "QRN-YUK-019";
  "QRN-YUK-033" -> "QRN-YUK-020";
  "QRN-GRAV-036" -> "QRN-GRAV-035";
  "QRN-GRAV-037" -> "QRN-GRAV-035";
  "QRN-GRAV-037" -> "QRN-GRAV-036";
  "QRN-GRAV-038" -> "QRN-GRAV-036";
  "QRN-GRAV-038" -> "QRN-GRAV-037";
  "QRN-GRAV-039" -> "QRN-GRAV-036";
  "QRN-GRAV-039" -> "QRN-GRAV-037";
  "QRN-GRAV-039" -> "QRN-GRAV-038";
+   "QRN-GRAV-040" -> "QRN-GRAV-036";
}
